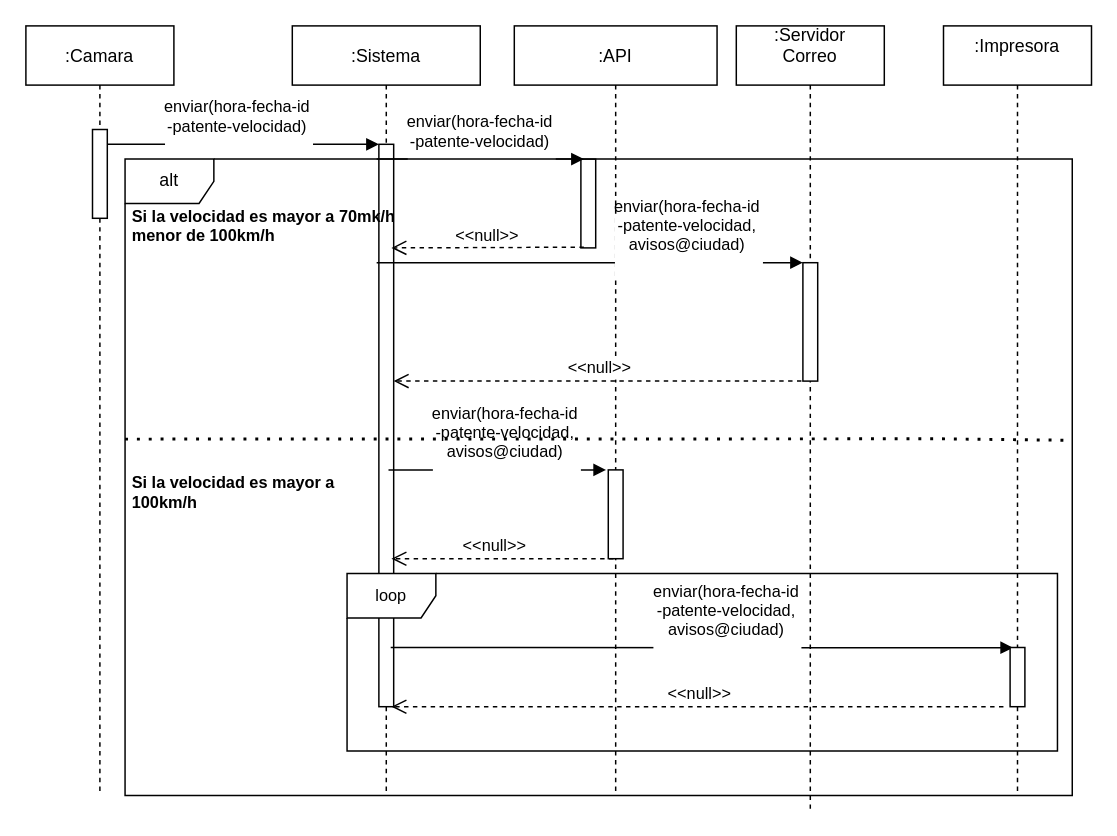
Before: Diagrama final.drawio in guillermooromero/izo-isw1-tpds, a draw.io diagram. Source tidied: cells renumbered, new cells numbered last; positions are measured from the earlier drawing's top-left corner, leaving out a move shared by most shapes. Both pictures are drawn from the tidied source at 148%, with x=0, y=0 at pixel (25, 25).
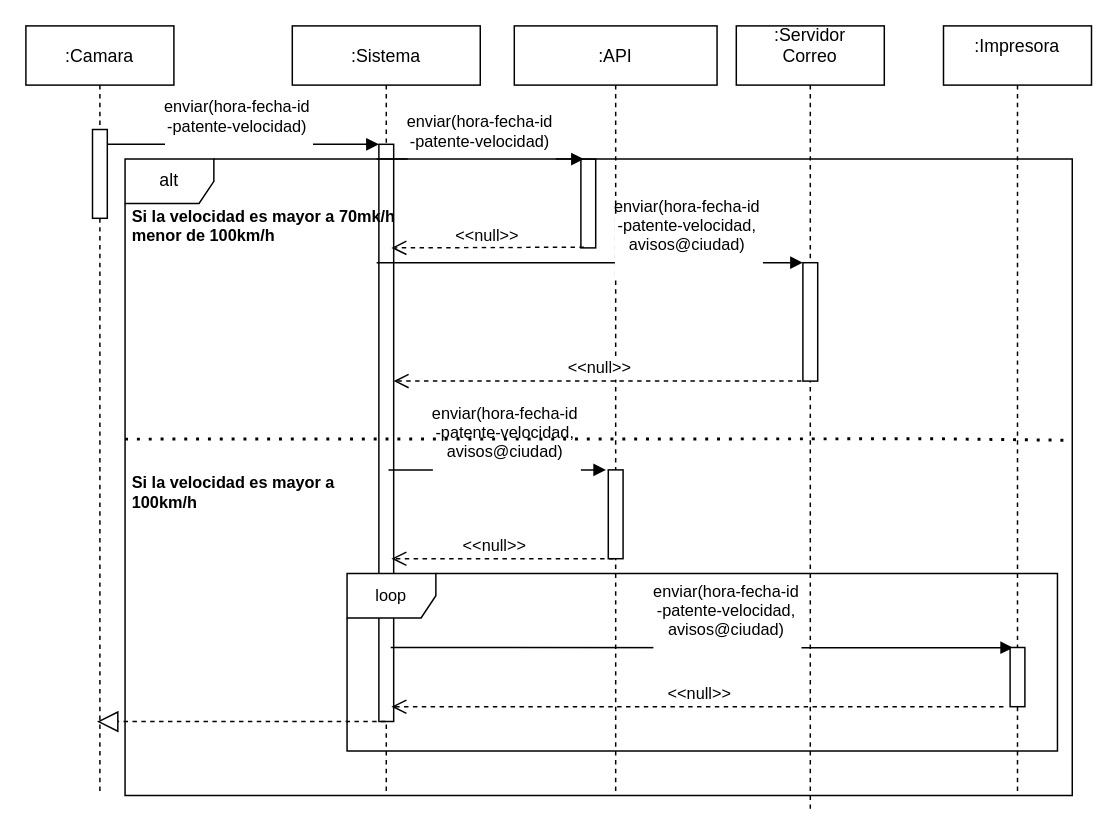
Above is the later version.

Unchanged cells that the change refers to:
```xml
<mxCell id="2" value=":Camara" style="shape=umlLifeline;perimeter=lifelinePerimeter;rounded=0;shadow=0;strokeWidth=1;" parent="1" vertex="1">
  <mxGeometry width="100" height="520" as="geometry" />
</mxCell>
<mxCell id="4" value=":Sistema" style="shape=umlLifeline;perimeter=lifelinePerimeter;rounded=0;shadow=0;strokeWidth=1;" parent="1" vertex="1">
  <mxGeometry x="180" width="127" height="520" as="geometry" />
</mxCell>
```

Diff of the diagram source:
```diff
@@
     <mxCell id="5" style="points=[];perimeter=orthogonalPerimeter;rounded=0;shadow=0;strokeWidth=1;" parent="4" vertex="1">
-      <mxGeometry x="58.5" y="80" width="10" height="380" as="geometry" />
+      <mxGeometry x="58.5" y="80" width="10" height="390" as="geometry" />
     </mxCell>
@@
+    <mxCell id="27" style="endArrow=block;dashed=1;endFill=0;endSize=12;html=1;rounded=0;entryX=0.48;entryY=0.904;entryDx=0;entryDy=0;entryPerimeter=0;" parent="1" edge="1" source="4" target="2">
+      <mxGeometry relative="1" as="geometry">
+        <Array as="points">
+          <mxPoint x="207" y="470" />
+        </Array>
+      </mxGeometry>
+    </mxCell>
```
